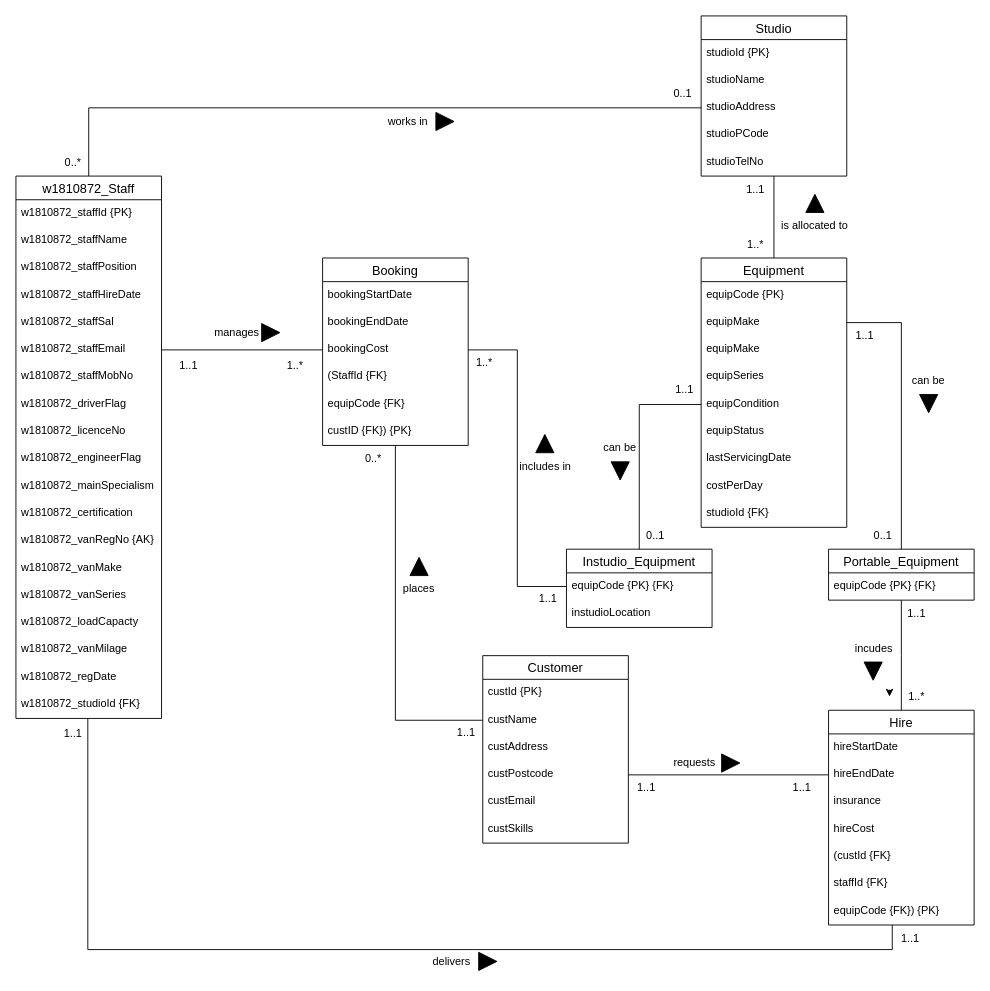
Before: Part B/Part_B.drawio in ChitharaKarunasekera/DatabaseSystemsCoursework, a draw.io diagram. Source tidied: cells renumbered, new cells numbered last; positions are measured from the earlier drawing's top-left corner, leaving out a move shared by most shapes. Both pictures are drawn from the tidied source at 91%, with x=0, y=0 at pixel (15, 15).
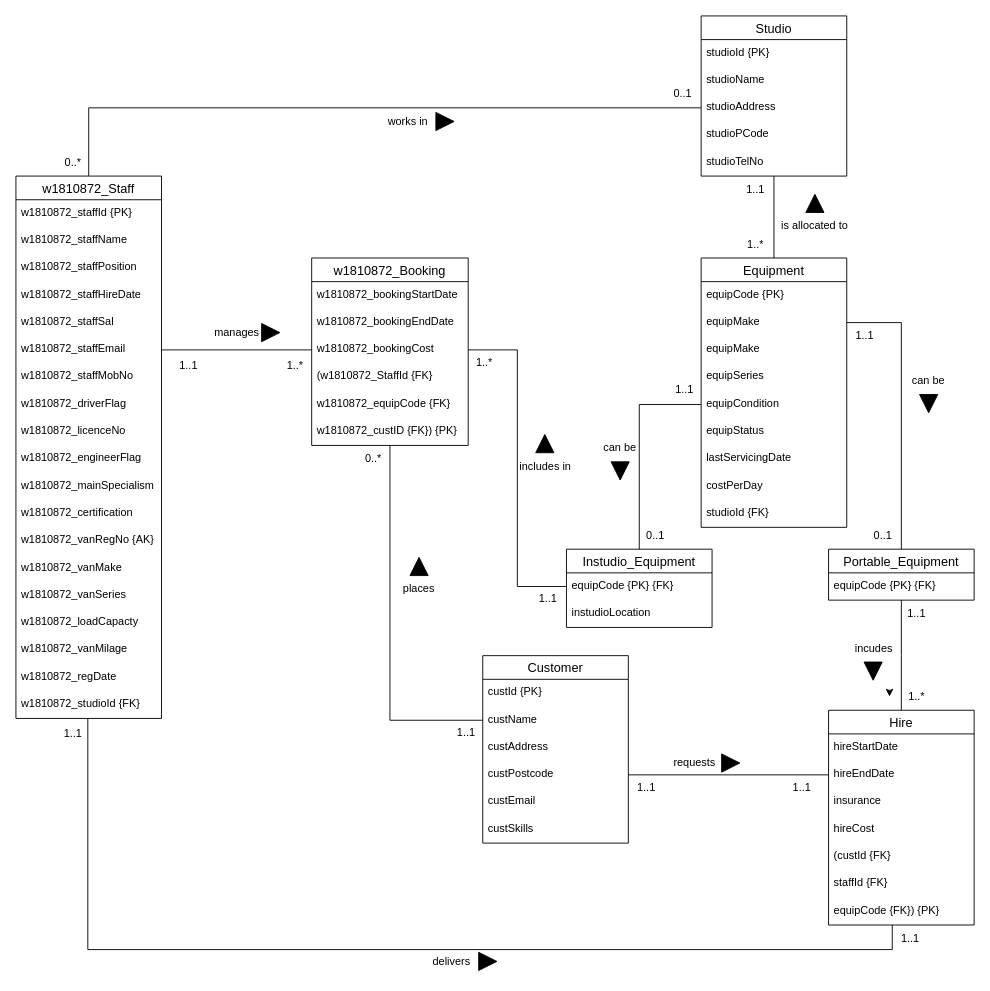
The same diagram, later.

Commit message:
Update Booking Entity

Diff of the diagram source:
```diff
@@
-    <mxCell id="57" value="Booking" style="swimlane;fontStyle=0;horizontal=1;startSize=26;align=center;fontSize=14;fontColor=#000000;" parent="1" vertex="1">
-      <mxGeometry x="337" y="266" width="160" height="206" as="geometry" />
+    <mxCell id="57" value="w1810872_Booking" style="swimlane;fontStyle=0;horizontal=1;startSize=26;align=center;fontSize=14;fontColor=#000000;" parent="1" vertex="1">
+      <mxGeometry x="325" y="266" width="172" height="206" as="geometry" />
     </mxCell>
-    <mxCell id="58" value="bookingStartDate" style="text;strokeColor=none;fillColor=none;spacingLeft=4;spacingRight=4;overflow=hidden;fontSize=12;fontColor=#000000;" parent="57" vertex="1">
-      <mxGeometry y="26" width="160" height="30" as="geometry" />
+    <mxCell id="58" value="w1810872_bookingStartDate" style="text;strokeColor=none;fillColor=none;spacingLeft=4;spacingRight=4;overflow=hidden;fontSize=12;fontColor=#000000;" parent="57" vertex="1">
+      <mxGeometry y="26" width="172" height="30" as="geometry" />
     </mxCell>
-    <mxCell id="59" value="bookingEndDate" style="text;strokeColor=none;fillColor=none;spacingLeft=4;spacingRight=4;overflow=hidden;fontSize=12;fontColor=#000000;" parent="57" vertex="1">
-      <mxGeometry y="56" width="160" height="30" as="geometry" />
+    <mxCell id="59" value="w1810872_bookingEndDate" style="text;strokeColor=none;fillColor=none;spacingLeft=4;spacingRight=4;overflow=hidden;fontSize=12;fontColor=#000000;" parent="57" vertex="1">
+      <mxGeometry y="56" width="172" height="30" as="geometry" />
     </mxCell>
-    <mxCell id="60" value="bookingCost" style="text;strokeColor=none;fillColor=none;spacingLeft=4;spacingRight=4;overflow=hidden;points=[[0,0.5],[1,0.5]];portConstraint=eastwest;fontSize=12;fontColor=#000000;" parent="57" vertex="1">
-      <mxGeometry y="86" width="160" height="30" as="geometry" />
+    <mxCell id="60" value="w1810872_bookingCost" style="text;strokeColor=none;fillColor=none;spacingLeft=4;spacingRight=4;overflow=hidden;points=[[0,0.5],[1,0.5]];portConstraint=eastwest;fontSize=12;fontColor=#000000;" parent="57" vertex="1">
+      <mxGeometry y="86" width="172" height="30" as="geometry" />
     </mxCell>
-    <mxCell id="61" value="(StaffId {FK}" style="text;strokeColor=none;fillColor=none;spacingLeft=4;spacingRight=4;overflow=hidden;fontSize=12;fontColor=#000000;" parent="57" vertex="1">
-      <mxGeometry y="116" width="160" height="30" as="geometry" />
+    <mxCell id="61" value="(w1810872_StaffId {FK}" style="text;strokeColor=none;fillColor=none;spacingLeft=4;spacingRight=4;overflow=hidden;fontSize=12;fontColor=#000000;" parent="57" vertex="1">
+      <mxGeometry y="116" width="172" height="30" as="geometry" />
     </mxCell>
-    <mxCell id="62" value="equipCode {FK}" style="text;strokeColor=none;fillColor=none;spacingLeft=4;spacingRight=4;overflow=hidden;fontSize=12;fontColor=#000000;" parent="57" vertex="1">
-      <mxGeometry y="146" width="160" height="30" as="geometry" />
+    <mxCell id="62" value="w1810872_equipCode {FK}" style="text;strokeColor=none;fillColor=none;spacingLeft=4;spacingRight=4;overflow=hidden;fontSize=12;fontColor=#000000;" parent="57" vertex="1">
+      <mxGeometry y="146" width="172" height="30" as="geometry" />
     </mxCell>
-    <mxCell id="63" value="custID {FK}) {PK}" style="text;strokeColor=none;fillColor=none;spacingLeft=4;spacingRight=4;overflow=hidden;fontSize=12;fontColor=#000000;" parent="57" vertex="1">
-      <mxGeometry y="176" width="160" height="30" as="geometry" />
+    <mxCell id="63" value="w1810872_custID {FK}) {PK}" style="text;strokeColor=none;fillColor=none;spacingLeft=4;spacingRight=4;overflow=hidden;fontSize=12;fontColor=#000000;" parent="57" vertex="1">
+      <mxGeometry y="176" width="172" height="30" as="geometry" />
     </mxCell>
```
